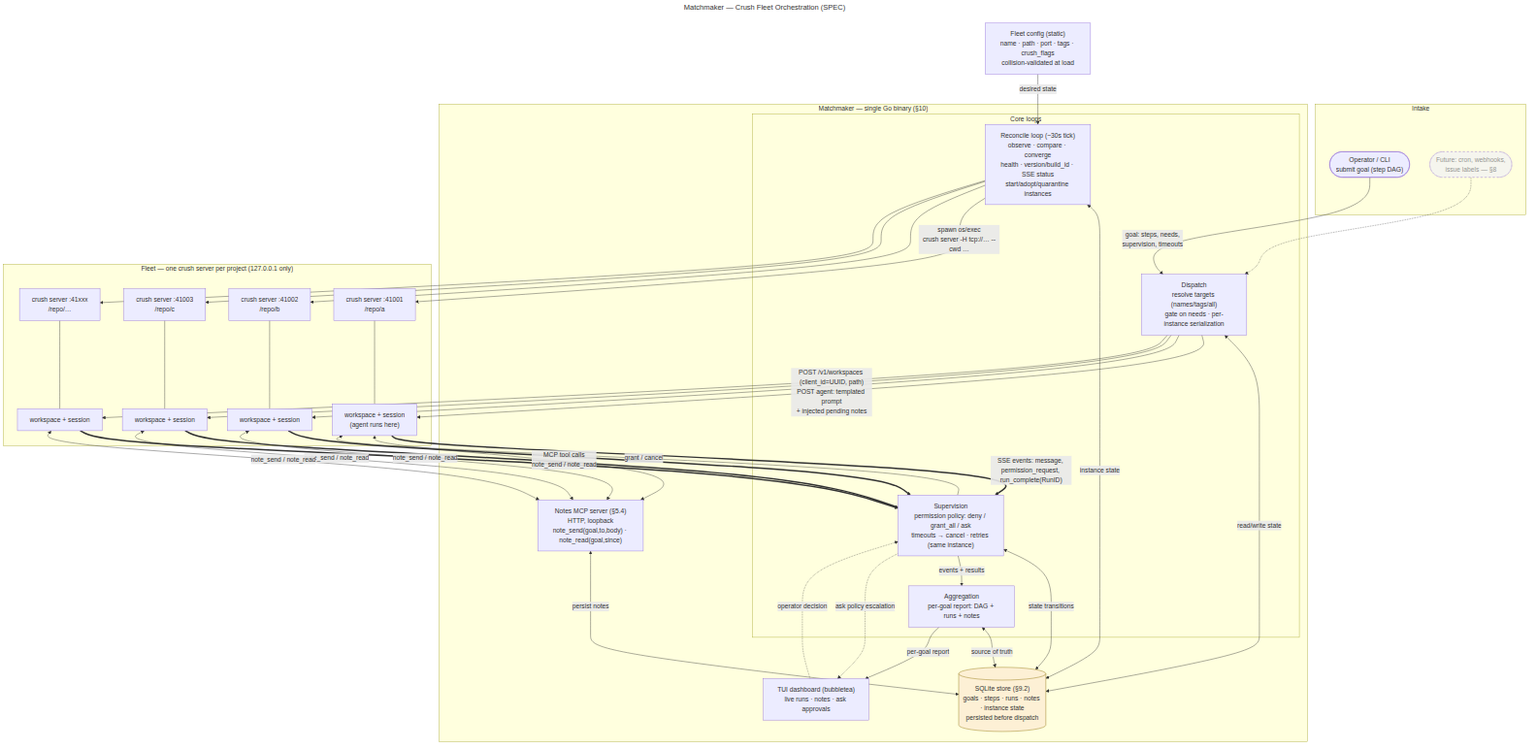
Before: docs/architecture.png, a diagram exported from Mermaid (pshickeydev/matchmaker). Its source is kept beside it as docs/architecture.mmd.
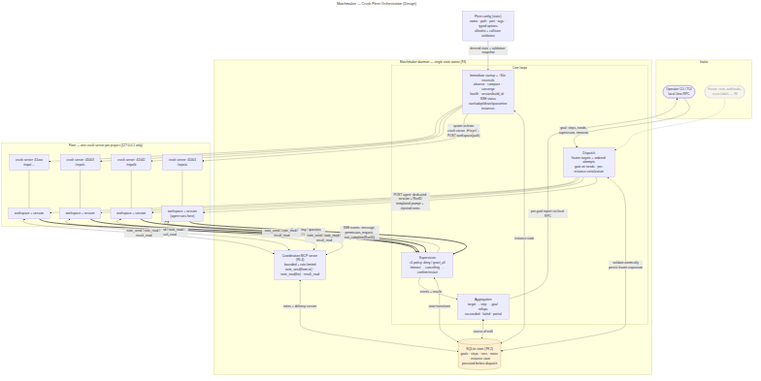
After the commit.

Commit message:
docs: make fleet orchestration behavior implementable

The edit, as a diff of the source:
```diff
@@ -1,26 +1,25 @@
 ---
-title: Matchmaker — Crush Fleet Orchestration (SPEC)
+title: Matchmaker — Crush Fleet Orchestration (Design)
 ---
 flowchart TB
     subgraph INTAKE["Intake"]
-        USER(["Operator / CLI<br/>submit goal (step DAG)"])
+        USER(["Operator CLI / TUI<br/>local Unix RPC"])
         FUTURE(["Future: cron, webhooks,<br/>issue labels — §8"])
     end
 
-    subgraph MM["Matchmaker — single Go binary (§10)"]
+    subgraph MM["Matchmaker daemon — single state owner (§3)"]
         subgraph CORE["Core loops"]
-            RECON["Reconcile loop (~30s tick)<br/>observe · compare · converge<br/>health · version/build_id · SSE status<br/>start/adopt/quarantine instances"]
-            DISP["Dispatch<br/>resolve targets (names/tags/all)<br/>gate on needs · per-instance serialization"]
-            SUP["Supervision<br/>permission policy: deny / grant_all / ask<br/>timeouts → cancel · retries (same instance)"]
-            AGG["Aggregation<br/>per-goal report: DAG + runs + notes"]
+            RECON["Immediate startup + ~30s reconcile<br/>observe · compare · converge<br/>health · version/build_id · SSE status<br/>start/adopt/drain/quarantine instances"]
+            DISP["Dispatch<br/>frozen targets + ordered attempts<br/>gate on needs · per-instance serialization"]
+            SUP["Supervision<br/>v1 policy: deny / grant_all<br/>timeout → cancelling → confirm/restart"]
+            AGG["Aggregation<br/>target → step → goal rollups<br/>succeeded · failed · partial"]
         end
 
         STORE[("SQLite store (§9.2)<br/>goals · steps · runs · notes · instance state<br/>persisted before dispatch")]
-        NOTES["Notes MCP server (§5.4)<br/>HTTP, loopback<br/>note_send(goal,to,body) · note_read(goal,since)"]
-        TUI["TUI dashboard (bubbletea)<br/>live runs · notes · ask approvals"]
+        NOTES["Coordination MCP server (§5.4)<br/>bounded + rate-limited<br/>note_send(from,to) · note_read(for) · result_read"]
     end
 
-    CONFIG["Fleet config (static)<br/>name · path · port · tags · crush_flags<br/>collision-validated at load"]
+    CONFIG["Fleet config (static)<br/>name · path · port · tags · typed options<br/>allowlist + collision validation"]
 
     subgraph FLEET["Fleet — one crush server per project (127.0.0.1 only)"]
         direction TB
@@ -40,18 +39,18 @@
 
     USER -->|"goal: steps, needs,<br/>supervision, timeouts"| DISP
     FUTURE -.-> DISP
-    CONFIG -->|"desired state"| RECON
-    DISP <-->|"read/write state"| STORE
+    CONFIG -->|"desired state + validation snapshot"| RECON
+    DISP <-->|"validate atomically<br/>persist frozen expansion"| STORE
     SUP <-->|"state transitions"| STORE
     AGG <-->|"source of truth"| STORE
     RECON <-->|"instance state"| STORE
 
-    RECON -->|"spawn os/exec<br/>crush server -H tcp://… --cwd …"| S1
+    RECON -->|"spawn os/exec<br/>crush server -H tcp://…<br/>POST workspace(path)"| S1
     RECON --> S2
     RECON --> S3
     RECON --> SN
 
-    DISP -->|"POST /v1/workspaces (client_id=UUID, path)<br/>POST agent: templated prompt<br/>+ injected pending notes"| W1
+    DISP -->|"POST agent: dedicated session + RunID<br/>templated prompt + injected notes"| W1
     DISP --> W2
     DISP --> W3
     DISP --> WN
@@ -61,18 +60,16 @@
     W3 ==> SUP
     WN ==> SUP
 
-    SUP -->|"grant / cancel"| W1
+    SUP -->|"allow / deny / question cancel / run cancel"| W1
 
-    W1 <-->|"MCP tool calls<br/>note_send / note_read"| NOTES
-    W2 <-->|"note_send / note_read"| NOTES
-    W3 <-->|"note_send / note_read"| NOTES
-    WN <-->|"note_send / note_read"| NOTES
-    NOTES <-->|"persist notes"| STORE
+    W1 <-->|"note_send / note_read / result_read"| NOTES
+    W2 <-->|"note_send / note_read / result_read"| NOTES
+    W3 <-->|"note_send / note_read / result_read"| NOTES
+    WN <-->|"note_send / note_read / result_read"| NOTES
+    NOTES <-->|"notes + delivery cursors"| STORE
 
     SUP -->|"events + results"| AGG
-    AGG -->|"per-goal report"| TUI
-    SUP -.->|"ask policy escalation"| TUI
-    TUI -.->|"operator decision"| SUP
+    AGG -->|"per-goal report via local RPC"| USER
 
     classDef future stroke-dasharray: 5 5,opacity:.7
     class FUTURE future
```
